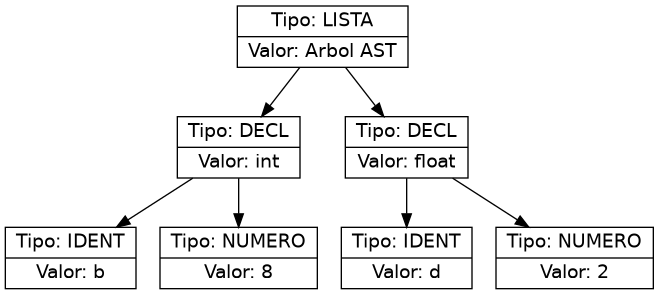
This is ast.png from Farot30/OLC2_2s2025_202307820, a Graphviz export, as it was before one commit. Its source is kept beside it as ast.dot.
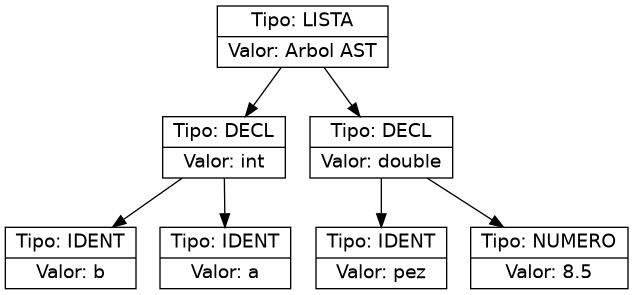
Later version of the same file.

What changed in the source:
```diff
@@ -1,16 +1,16 @@
 digraph AST {
   node [shape=record,fontname="Helvetica"];
-  n0x5b52346b89d0 [label="{Tipo: LISTA|Valor: Arbol AST}"];
-  n0x5b52346b89d0 -> n0x5b52347dec00;
-  n0x5b52347dec00 [label="{Tipo: DECL|Valor: int}"];
-  n0x5b52347dec00 -> n0x5b5234441630;
-  n0x5b5234441630 [label="{Tipo: IDENT|Valor: b}"];
-  n0x5b52347dec00 -> n0x5b5234709e20;
-  n0x5b5234709e20 [label="{Tipo: NUMERO|Valor: 8}"];
-  n0x5b52346b89d0 -> n0x5b52343c8b10;
-  n0x5b52343c8b10 [label="{Tipo: DECL|Valor: float}"];
-  n0x5b52343c8b10 -> n0x5b52346b8800;
-  n0x5b52346b8800 [label="{Tipo: IDENT|Valor: d}"];
-  n0x5b52343c8b10 -> n0x5b52347f3630;
-  n0x5b52347f3630 [label="{Tipo: NUMERO|Valor: 2}"];
+  n0x5c97509c4260 [label="{Tipo: LISTA|Valor: Arbol AST}"];
+  n0x5c97509c4260 -> n0x5c9750b3fe30;
+  n0x5c9750b3fe30 [label="{Tipo: DECL|Valor: int}"];
+  n0x5c9750b3fe30 -> n0x5c9750b46720;
+  n0x5c9750b46720 [label="{Tipo: IDENT|Valor: b}"];
+  n0x5c9750b3fe30 -> n0x5c9750ad5490;
+  n0x5c9750ad5490 [label="{Tipo: IDENT|Valor: a}"];
+  n0x5c97509c4260 -> n0x5c97508fa800;
+  n0x5c97508fa800 [label="{Tipo: DECL|Valor: double}"];
+  n0x5c97508fa800 -> n0x5c975090b000;
+  n0x5c975090b000 [label="{Tipo: IDENT|Valor: pez}"];
+  n0x5c97508fa800 -> n0x5c97509b60f0;
+  n0x5c97509b60f0 [label="{Tipo: NUMERO|Valor: 8.5}"];
 }
```
